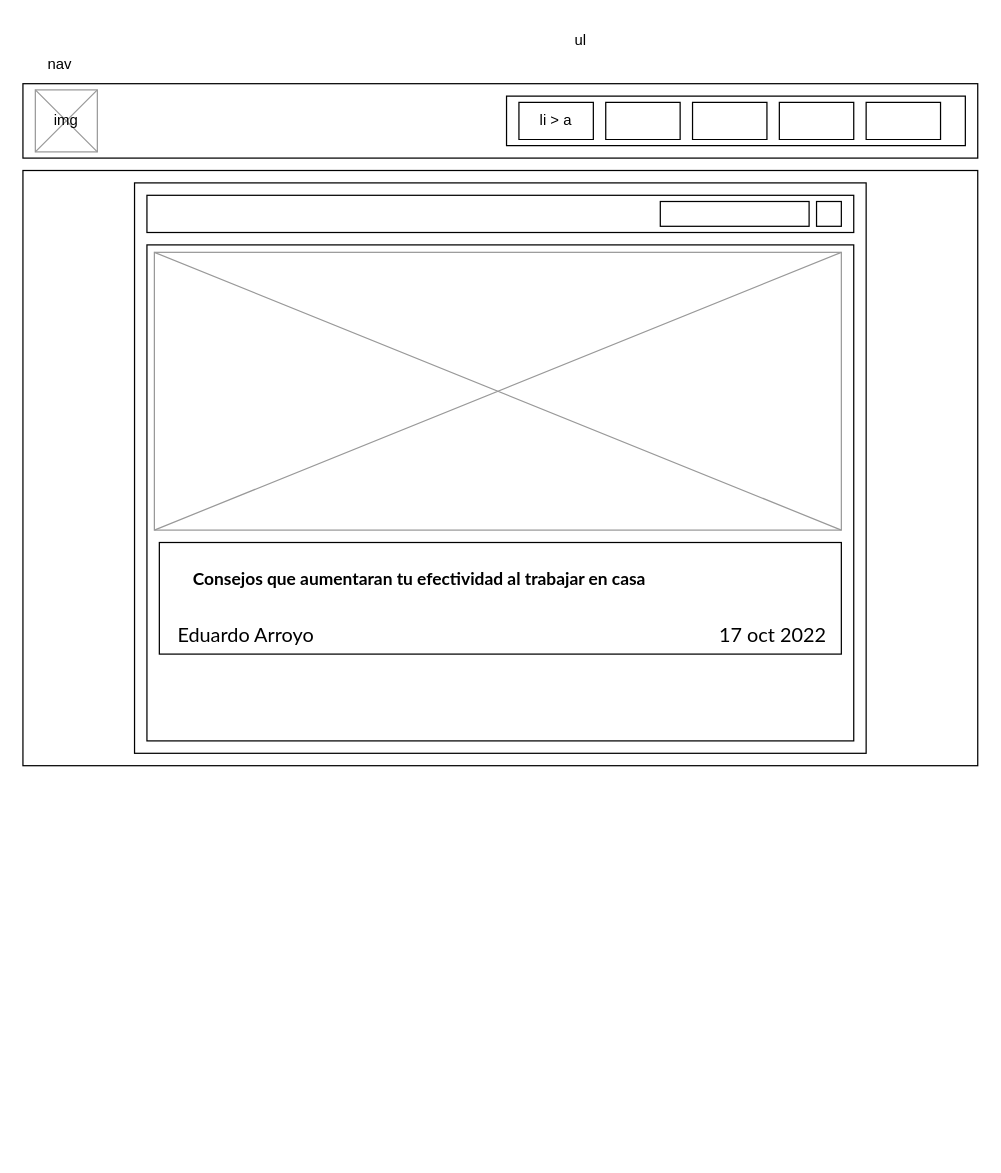
Before: 01 HTML Y CSS/03 platzi demo/Diagrama sin título.drawio in Eduarrb/dw2022-4, a draw.io diagram. Source tidied: cells renumbered, new cells numbered last; positions are measured from the earlier drawing's top-left corner, leaving out a move shared by most shapes. Both pictures are drawn from the tidied source at 124%, with x=0, y=0 at pixel (22, 21).
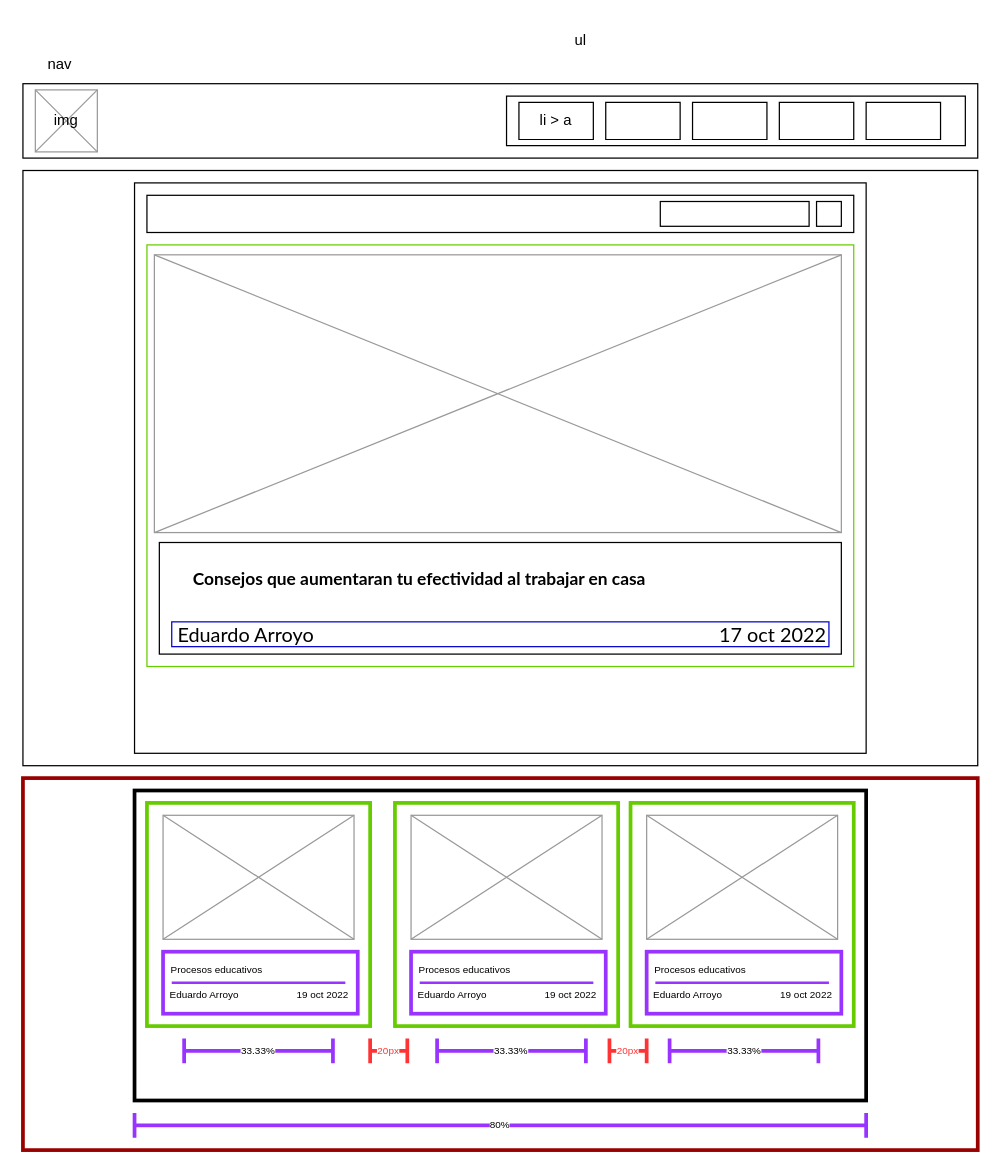
The same page after the edit.

Change to the diagram source:
```diff
@@
-    <mxCell id="19" style="rounded=0;whiteSpace=wrap;html=1;" parent="1" vertex="1">
-      <mxGeometry x="100" y="180" width="570" height="400" as="geometry" />
+    <mxCell id="19" style="rounded=0;whiteSpace=wrap;html=1;strokeColor=#66CC00;" parent="1" vertex="1">
+      <mxGeometry x="100" y="180" width="570" height="340" as="geometry" />
     </mxCell>
     <mxCell id="20" style="verticalLabelPosition=bottom;shadow=0;dashed=0;align=center;html=1;verticalAlign=top;strokeWidth=1;shape=mxgraph.mockup.graphics.simpleIcon;strokeColor=#999999;" parent="1" vertex="1">
-      <mxGeometry x="106" y="186" width="554" height="224" as="geometry" />
+      <mxGeometry x="106" y="188" width="554" height="224" as="geometry" />
     </mxCell>
     <mxCell id="21" style="group;" parent="1" vertex="1">
-      <mxGeometry x="110" y="420" width="550" height="90" as="geometry" />
+      <mxGeometry x="110" y="420" width="550" height="120" as="geometry" />
     </mxCell>
@@
+    <mxCell id="26" style="rounded=0;whiteSpace=wrap;html=1;labelBackgroundColor=default;strokeColor=#0000CC;fontSize=14;fillColor=none;" parent="21" vertex="1">
+      <mxGeometry x="10" y="64" width="530" height="20" as="geometry" />
+    </mxCell>
+    <mxCell id="27" style="rounded=0;whiteSpace=wrap;html=1;labelBackgroundColor=default;strokeColor=#990000;fontSize=14;fillColor=none;strokeWidth=3;" parent="1" vertex="1">
+      <mxGeometry y="610" width="770" height="300" as="geometry" />
+    </mxCell>
+    <mxCell id="28" style="rounded=0;whiteSpace=wrap;html=1;labelBackgroundColor=default;strokeColor=#000000;strokeWidth=3;fontSize=14;fillColor=none;" parent="1" vertex="1">
+      <mxGeometry x="90" y="620" width="590" height="250" as="geometry" />
+    </mxCell>
+    <mxCell id="29" style="rounded=0;whiteSpace=wrap;html=1;labelBackgroundColor=default;strokeColor=#66CC00;strokeWidth=3;fontSize=14;fillColor=none;" parent="1" vertex="1">
+      <mxGeometry x="100" y="630" width="180" height="180" as="geometry" />
+    </mxCell>
+    <mxCell id="30" style="verticalLabelPosition=bottom;shadow=0;dashed=0;align=center;html=1;verticalAlign=top;strokeWidth=1;shape=mxgraph.mockup.graphics.simpleIcon;strokeColor=#999999;" parent="1" vertex="1">
+      <mxGeometry x="113" y="640" width="154" height="100" as="geometry" />
+    </mxCell>
+    <mxCell id="31" style="rounded=0;whiteSpace=wrap;html=1;labelBackgroundColor=default;strokeColor=#9933FF;strokeWidth=3;fontSize=14;fillColor=none;" parent="1" vertex="1">
+      <mxGeometry x="113" y="750" width="157" height="50" as="geometry" />
+    </mxCell>
+    <mxCell id="32" value="Procesos educativos" style="text;html=1;strokeColor=none;fillColor=none;align=center;verticalAlign=middle;whiteSpace=wrap;rounded=0;labelBackgroundColor=default;strokeWidth=3;fontSize=8;" parent="1" vertex="1">
+      <mxGeometry x="113" y="760" width="87" height="10" as="geometry" />
+    </mxCell>
+    <mxCell id="33" value="Eduardo Arroyo" style="text;html=1;strokeColor=none;fillColor=none;align=center;verticalAlign=middle;whiteSpace=wrap;rounded=0;labelBackgroundColor=default;strokeWidth=3;fontSize=8;" parent="1" vertex="1">
+      <mxGeometry x="113" y="780" width="67" height="10" as="geometry" />
+    </mxCell>
+    <mxCell id="34" value="19 oct 2022" style="text;html=1;strokeColor=none;fillColor=none;align=center;verticalAlign=middle;whiteSpace=wrap;rounded=0;labelBackgroundColor=default;strokeWidth=3;fontSize=8;" parent="1" vertex="1">
+      <mxGeometry x="217" y="780" width="50" height="10" as="geometry" />
+    </mxCell>
+    <mxCell id="35" style="line;strokeWidth=2;html=1;labelBackgroundColor=default;strokeColor=#9933FF;fontSize=8;fillColor=none;" parent="1" vertex="1">
+      <mxGeometry x="120" y="770" width="140" height="10" as="geometry" />
+    </mxCell>
+    <mxCell id="36" style="rounded=0;whiteSpace=wrap;html=1;labelBackgroundColor=default;strokeColor=#66CC00;strokeWidth=3;fontSize=14;fillColor=none;" parent="1" vertex="1">
+      <mxGeometry x="300" y="630" width="180" height="180" as="geometry" />
+    </mxCell>
+    <mxCell id="37" style="verticalLabelPosition=bottom;shadow=0;dashed=0;align=center;html=1;verticalAlign=top;strokeWidth=1;shape=mxgraph.mockup.graphics.simpleIcon;strokeColor=#999999;" parent="1" vertex="1">
+      <mxGeometry x="313" y="640" width="154" height="100" as="geometry" />
+    </mxCell>
+    <mxCell id="38" style="rounded=0;whiteSpace=wrap;html=1;labelBackgroundColor=default;strokeColor=#9933FF;strokeWidth=3;fontSize=14;fillColor=none;" parent="1" vertex="1">
+      <mxGeometry x="313" y="750" width="157" height="50" as="geometry" />
+    </mxCell>
+    <mxCell id="39" value="Eduardo Arroyo" style="text;html=1;strokeColor=none;fillColor=none;align=center;verticalAlign=middle;whiteSpace=wrap;rounded=0;labelBackgroundColor=default;strokeWidth=3;fontSize=8;" parent="1" vertex="1">
+      <mxGeometry x="313" y="780" width="67" height="10" as="geometry" />
+    </mxCell>
+    <mxCell id="40" value="19 oct 2022" style="text;html=1;strokeColor=none;fillColor=none;align=center;verticalAlign=middle;whiteSpace=wrap;rounded=0;labelBackgroundColor=default;strokeWidth=3;fontSize=8;" parent="1" vertex="1">
+      <mxGeometry x="417" y="780" width="50" height="10" as="geometry" />
+    </mxCell>
+    <mxCell id="41" style="line;strokeWidth=2;html=1;labelBackgroundColor=default;strokeColor=#9933FF;fontSize=8;fillColor=none;" parent="1" vertex="1">
+      <mxGeometry x="320" y="770" width="140" height="10" as="geometry" />
+    </mxCell>
+    <mxCell id="42" style="rounded=0;whiteSpace=wrap;html=1;labelBackgroundColor=default;strokeColor=#66CC00;strokeWidth=3;fontSize=14;fillColor=none;" parent="1" vertex="1">
+      <mxGeometry x="490" y="630" width="180" height="180" as="geometry" />
+    </mxCell>
+    <mxCell id="43" style="verticalLabelPosition=bottom;shadow=0;dashed=0;align=center;html=1;verticalAlign=top;strokeWidth=1;shape=mxgraph.mockup.graphics.simpleIcon;strokeColor=#999999;" parent="1" vertex="1">
+      <mxGeometry x="503" y="640" width="154" height="100" as="geometry" />
+    </mxCell>
+    <mxCell id="44" style="rounded=0;whiteSpace=wrap;html=1;labelBackgroundColor=default;strokeColor=#9933FF;strokeWidth=3;fontSize=14;fillColor=none;" parent="1" vertex="1">
+      <mxGeometry x="503" y="750" width="157" height="50" as="geometry" />
+    </mxCell>
+    <mxCell id="45" value="Eduardo Arroyo" style="text;html=1;strokeColor=none;fillColor=none;align=center;verticalAlign=middle;whiteSpace=wrap;rounded=0;labelBackgroundColor=default;strokeWidth=3;fontSize=8;" parent="1" vertex="1">
+      <mxGeometry x="503" y="780" width="67" height="10" as="geometry" />
+    </mxCell>
+    <mxCell id="46" value="19 oct 2022" style="text;html=1;strokeColor=none;fillColor=none;align=center;verticalAlign=middle;whiteSpace=wrap;rounded=0;labelBackgroundColor=default;strokeWidth=3;fontSize=8;" parent="1" vertex="1">
+      <mxGeometry x="607" y="780" width="50" height="10" as="geometry" />
+    </mxCell>
+    <mxCell id="47" style="line;strokeWidth=2;html=1;labelBackgroundColor=default;strokeColor=#9933FF;fontSize=8;fillColor=none;" parent="1" vertex="1">
+      <mxGeometry x="510" y="770" width="140" height="10" as="geometry" />
+    </mxCell>
+    <mxCell id="48" value="Procesos educativos" style="text;html=1;strokeColor=none;fillColor=none;align=center;verticalAlign=middle;whiteSpace=wrap;rounded=0;labelBackgroundColor=default;strokeWidth=3;fontSize=8;" parent="1" vertex="1">
+      <mxGeometry x="313" y="760" width="87" height="10" as="geometry" />
+    </mxCell>
+    <mxCell id="49" value="Procesos educativos" style="text;html=1;strokeColor=none;fillColor=none;align=center;verticalAlign=middle;whiteSpace=wrap;rounded=0;labelBackgroundColor=default;strokeWidth=3;fontSize=8;" parent="1" vertex="1">
+      <mxGeometry x="503" y="760" width="87" height="10" as="geometry" />
+    </mxCell>
+    <mxCell id="50" value="33.33%" style="shape=crossbar;whiteSpace=wrap;html=1;rounded=1;labelBackgroundColor=default;strokeColor=#9933FF;strokeWidth=3;fontSize=8;fillColor=none;" parent="1" vertex="1">
+      <mxGeometry x="130" y="820" width="120" height="20" as="geometry" />
+    </mxCell>
+    <mxCell id="51" value="80%" style="shape=crossbar;whiteSpace=wrap;html=1;rounded=1;labelBackgroundColor=default;strokeColor=#9933FF;strokeWidth=3;fontSize=8;fillColor=none;" parent="1" vertex="1">
+      <mxGeometry x="90" y="880" width="590" height="20" as="geometry" />
+    </mxCell>
+    <mxCell id="52" value="33.33%" style="shape=crossbar;whiteSpace=wrap;html=1;rounded=1;labelBackgroundColor=default;strokeColor=#9933FF;strokeWidth=3;fontSize=8;fillColor=none;" parent="1" vertex="1">
+      <mxGeometry x="334" y="820" width="120" height="20" as="geometry" />
+    </mxCell>
+    <mxCell id="53" value="33.33%" style="shape=crossbar;whiteSpace=wrap;html=1;rounded=1;labelBackgroundColor=default;strokeColor=#9933FF;strokeWidth=3;fontSize=8;fillColor=none;" parent="1" vertex="1">
+      <mxGeometry x="521.5" y="820" width="120" height="20" as="geometry" />
+    </mxCell>
+    <mxCell id="54" value="20px" style="shape=crossbar;whiteSpace=wrap;html=1;rounded=1;labelBackgroundColor=default;strokeColor=#FF3333;strokeWidth=3;fontSize=8;fillColor=none;fontColor=#FF3333;" parent="1" vertex="1">
+      <mxGeometry x="280" y="820" width="30" height="20" as="geometry" />
+    </mxCell>
+    <mxCell id="55" value="20px" style="shape=crossbar;whiteSpace=wrap;html=1;rounded=1;labelBackgroundColor=default;strokeColor=#FF3333;strokeWidth=3;fontSize=8;fillColor=none;fontColor=#FF3333;" parent="1" vertex="1">
+      <mxGeometry x="473" y="820" width="30" height="20" as="geometry" />
+    </mxCell>
```
